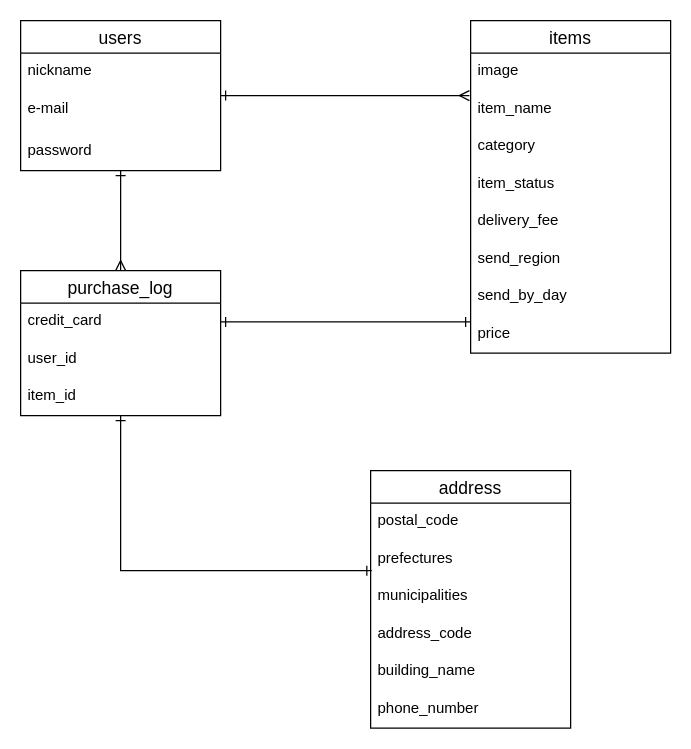
The draw.io diagram furima.dio in Quu-g31/furima-36562, before the edit. Source tidied: cells renumbered, new cells numbered last; positions are measured from the earlier drawing's top-left corner, leaving out a move shared by most shapes. Both pictures are drawn from the tidied source at 125%, with x=0, y=0 at pixel (20, 20).
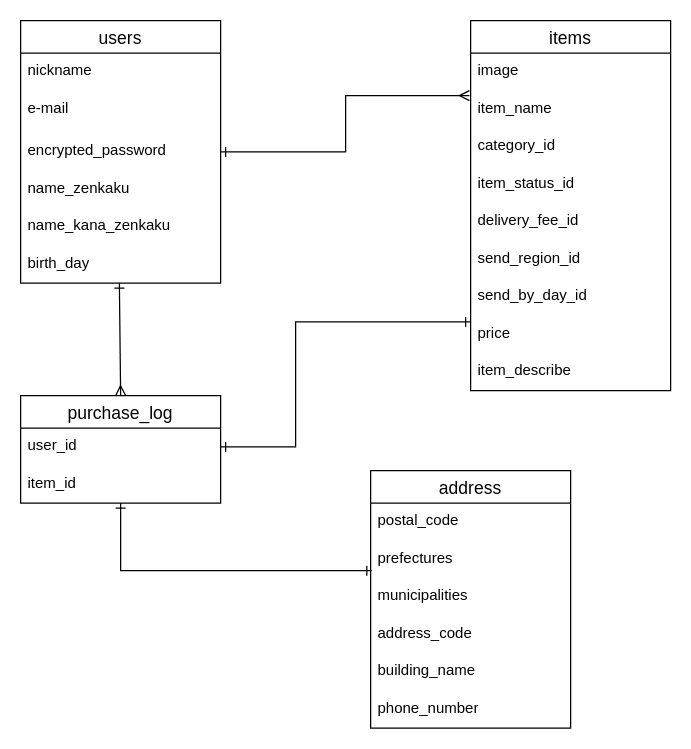
The same diagram, later.

Unchanged cells that the change refers to:
```xml
<mxCell id="15" value="price" style="text;strokeColor=none;fillColor=none;spacingLeft=4;spacingRight=4;overflow=hidden;points=[[0,0.5],[1,0.5]];portConstraint=eastwest;fontSize=12;" parent="7" vertex="1">
  <mxGeometry y="236" width="160" height="30" as="geometry" />
</mxCell>
```

Diff of the diagram source:
```diff
@@
     <mxCell id="3" value="users" style="swimlane;fontStyle=0;horizontal=1;startSize=26;align=center;fontSize=14;" parent="1" vertex="1">
-      <mxGeometry width="160" height="120" as="geometry" />
+      <mxGeometry width="160" height="210" as="geometry" />
     </mxCell>
@@
-    <mxCell id="6" value="password" style="text;strokeColor=none;fillColor=none;spacingLeft=4;spacingRight=4;overflow=hidden;points=[[0,0.5],[1,0.5]];portConstraint=eastwest;fontSize=12;" parent="3" vertex="1">
+    <mxCell id="6" value="encrypted_password" style="text;strokeColor=none;fillColor=none;spacingLeft=4;spacingRight=4;overflow=hidden;points=[[0,0.5],[1,0.5]];portConstraint=eastwest;fontSize=12;" parent="3" vertex="1">
       <mxGeometry y="90" width="160" height="30" as="geometry" />
     </mxCell>
+    <mxCell id="30" value="name_zenkaku" style="text;strokeColor=none;fillColor=none;spacingLeft=4;spacingRight=4;overflow=hidden;fontSize=12;" parent="3" vertex="1">
+      <mxGeometry y="120" width="160" height="30" as="geometry" />
+    </mxCell>
+    <mxCell id="31" value="name_kana_zenkaku" style="text;strokeColor=none;fillColor=none;spacingLeft=4;spacingRight=4;overflow=hidden;fontSize=12;" parent="3" vertex="1">
+      <mxGeometry y="150" width="160" height="30" as="geometry" />
+    </mxCell>
+    <mxCell id="32" value="birth_day" style="text;strokeColor=none;fillColor=none;spacingLeft=4;spacingRight=4;overflow=hidden;fontSize=12;" parent="3" vertex="1">
+      <mxGeometry y="180" width="160" height="30" as="geometry" />
+    </mxCell>
     <mxCell id="7" value="items" style="swimlane;fontStyle=0;horizontal=1;startSize=26;align=center;fontSize=14;" parent="1" vertex="1">
-      <mxGeometry x="360" width="160" height="266" as="geometry" />
+      <mxGeometry x="360" width="160" height="296" as="geometry" />
     </mxCell>
@@
-    <mxCell id="10" value="category" style="text;strokeColor=none;fillColor=none;spacingLeft=4;spacingRight=4;overflow=hidden;fontSize=12;" parent="7" vertex="1">
+    <mxCell id="10" value="category_id" style="text;strokeColor=none;fillColor=none;spacingLeft=4;spacingRight=4;overflow=hidden;fontSize=12;" parent="7" vertex="1">
       <mxGeometry y="86" width="160" height="30" as="geometry" />
     </mxCell>
-    <mxCell id="11" value="item_status" style="text;strokeColor=none;fillColor=none;spacingLeft=4;spacingRight=4;overflow=hidden;fontSize=12;" parent="7" vertex="1">
+    <mxCell id="11" value="item_status_id" style="text;strokeColor=none;fillColor=none;spacingLeft=4;spacingRight=4;overflow=hidden;fontSize=12;" parent="7" vertex="1">
       <mxGeometry y="116" width="160" height="30" as="geometry" />
     </mxCell>
-    <mxCell id="12" value="delivery_fee" style="text;strokeColor=none;fillColor=none;spacingLeft=4;spacingRight=4;overflow=hidden;fontSize=12;" parent="7" vertex="1">
+    <mxCell id="12" value="delivery_fee_id" style="text;strokeColor=none;fillColor=none;spacingLeft=4;spacingRight=4;overflow=hidden;fontSize=12;" parent="7" vertex="1">
       <mxGeometry y="146" width="160" height="30" as="geometry" />
     </mxCell>
-    <mxCell id="13" value="send_region" style="text;strokeColor=none;fillColor=none;spacingLeft=4;spacingRight=4;overflow=hidden;fontSize=12;" parent="7" vertex="1">
+    <mxCell id="13" value="send_region_id" style="text;strokeColor=none;fillColor=none;spacingLeft=4;spacingRight=4;overflow=hidden;fontSize=12;" parent="7" vertex="1">
       <mxGeometry y="176" width="160" height="30" as="geometry" />
     </mxCell>
-    <mxCell id="14" value="send_by_day" style="text;strokeColor=none;fillColor=none;spacingLeft=4;spacingRight=4;overflow=hidden;fontSize=12;" parent="7" vertex="1">
+    <mxCell id="14" value="send_by_day_id" style="text;strokeColor=none;fillColor=none;spacingLeft=4;spacingRight=4;overflow=hidden;fontSize=12;" parent="7" vertex="1">
       <mxGeometry y="206" width="160" height="30" as="geometry" />
     </mxCell>
@@
-    <mxCell id="16" style="edgeStyle=orthogonalEdgeStyle;rounded=0;jettySize=auto;html=1;endArrow=ERone;endFill=0;entryX=0.5;entryY=1;entryDx=0;entryDy=0;entryPerimeter=0;startArrow=ERmany;startFill=0;" parent="1" edge="1" source="17" target="6">
-      <mxGeometry relative="1" as="geometry" />
-    </mxCell>
+    <mxCell id="33" value="item_describe" style="text;strokeColor=none;fillColor=none;spacingLeft=4;spacingRight=4;overflow=hidden;fontSize=12;" parent="7" vertex="1">
+      <mxGeometry y="266" width="160" height="30" as="geometry" />
+    </mxCell>
+    <mxCell id="34" style="edgeStyle=none;rounded=0;jettySize=auto;html=1;exitX=0.5;exitY=0;exitDx=0;exitDy=0;startArrow=ERmany;startFill=0;endArrow=ERone;endFill=0;" parent="1" edge="1" source="17">
+      <mxGeometry relative="1" as="geometry">
+        <mxPoint x="79" y="210" as="targetPoint" />
+      </mxGeometry>
+    </mxCell>
     <mxCell id="17" value="purchase_log" style="swimlane;fontStyle=0;horizontal=1;startSize=26;align=center;fontSize=14;" parent="1" vertex="1">
-      <mxGeometry y="200" width="160" height="116" as="geometry" />
+      <mxGeometry y="300" width="160" height="86" as="geometry" />
     </mxCell>
-    <mxCell id="18" value="credit_card" style="text;strokeColor=none;fillColor=none;spacingLeft=4;spacingRight=4;overflow=hidden;points=[[0,0.5],[1,0.5]];portConstraint=eastwest;fontSize=12;" parent="17" vertex="1">
-      <mxGeometry y="26" width="160" height="30" as="geometry" />
-    </mxCell>
     <mxCell id="19" value="user_id" style="text;strokeColor=none;fillColor=none;spacingLeft=4;spacingRight=4;overflow=hidden;points=[[0,0.5],[1,0.5]];portConstraint=eastwest;fontSize=12;" parent="17" vertex="1">
-      <mxGeometry y="56" width="160" height="30" as="geometry" />
+      <mxGeometry y="26" width="160" height="30" as="geometry" />
     </mxCell>
     <mxCell id="20" value="item_id" style="text;strokeColor=none;fillColor=none;spacingLeft=4;spacingRight=4;overflow=hidden;points=[[0,0.5],[1,0.5]];portConstraint=eastwest;fontSize=12;" parent="17" vertex="1">
-      <mxGeometry y="86" width="160" height="30" as="geometry" />
+      <mxGeometry y="56" width="160" height="30" as="geometry" />
     </mxCell>
@@
-    <mxCell id="29" style="edgeStyle=none;rounded=0;jettySize=auto;html=1;entryX=0;entryY=0.167;entryDx=0;entryDy=0;entryPerimeter=0;startArrow=ERone;startFill=0;endArrow=ERone;endFill=0;" parent="1" edge="1" source="18" target="15">
-      <mxGeometry relative="1" as="geometry" />
+    <mxCell id="29" style="edgeStyle=none;rounded=0;jettySize=auto;html=1;entryX=0;entryY=0.167;entryDx=0;entryDy=0;entryPerimeter=0;startArrow=ERone;startFill=0;endArrow=ERone;endFill=0;exitX=1;exitY=0.5;exitDx=0;exitDy=0;" parent="1" edge="1" source="19" target="15">
+      <mxGeometry relative="1" as="geometry">
+        <Array as="points">
+          <mxPoint x="220" y="341" />
+          <mxPoint x="220" y="241" />
+        </Array>
+      </mxGeometry>
     </mxCell>
```
